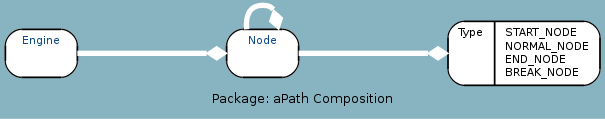
The Graphviz diagram docs/uml/aPath_C.png in google-code-export/haxegui, before a commit. Its source is kept beside it as docs/uml/aPath_C.dot.
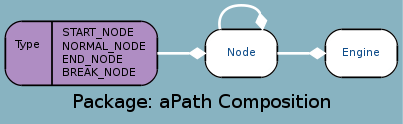
After the commit.

Diff of the diagram source:
```diff
@@ -1,13 +1,13 @@
 digraph uml {
-	graph [label="Package: aPath Composition", ratio=compress, rankdir=LR, size="24,12", fontname=Sans, fontsize=10, bgcolor="#88B3C1", fontcolor=black];
-	node [label="\N", fontname=Sans, fontsize=8, shape=record, color=black, fontcolor=black];
-	edge [fontname=Sans, fontsize=8, minlen=3, color=black, fontcolor=black];
-	graph [lp="223,10",
-		bb="0,0,446,81"];
-	"aPath.Node" [label="{Node}", fontcolor="#104E8B", style="rounded,filled", fillcolor=white, URL="../types/aPath/Node.html", tooltip="Node", portPos="Node", pos="193,45", rects="166,27,220,63", width="0.75", height="0.50"];
-	"aPath.Type" [label="{Type|START_NODE\lNORMAL_NODE\lEND_NODE\lBREAK_NODE\l}", style="rounded,filled", fillcolor=white, pos="389,45", rects="332,21,367,69 367,21,446,69", width="1.58", height="0.67"];
-	"aPath.Engine" [label="{Engine}", fontcolor="#104E8B", style="rounded,filled", fillcolor=white, URL="../types/aPath/Engine.html", tooltip=Engine, portPos=Engine, pos="27,45", rects="0,27,54,63", width="0.75", height="0.50"];
-	"aPath.Node" -> "aPath.Type" [color=white, style="setlinewidth(4)", arrowhead=diamond, arrowsize="1.25", pos="e,332,45 220,45 245,45 283,45 317,45"];
-	"aPath.Node" -> "aPath.Node" [color=white, style="setlinewidth(4)", arrowhead=diamond, arrowsize="1.25", pos="e,205,63 181,63 180,73 183,81 193,81 197,81 199,80 201,78"];
-	"aPath.Engine" -> "aPath.Node" [color=white, style="setlinewidth(4)", arrowhead=diamond, arrowsize="1.25", pos="e,166,45 54,45 80,45 120,45 151,45"];
+	graph [label="Package: aPath Composition", ratio=compress, rankdir=RL, smoothing=avg_dist, overlap=false, fontname="DejaVu Sans Condenesed", fontsize=14, bgcolor="#88B3C1", fontcolor=black];
+	node [label="\N", fontname="DejaVu Sans Condenesed", fontsize=8, shape=record, color=black, fontcolor=black];
+	edge [fontname="DejaVu Sans Condenesed", fontsize=8, color=black, fontcolor=black];
+	graph [lp="147,12",
+		bb="0,0,294,85"];
+	"aPath.Node" [label="{\nNode}", fontcolor="#104E8B", style="rounded,filled", fillcolor=white, URL="../types/aPath/Node.html", tooltip="\nNode", pos="177,49", rects="150,31,204,67", width="0.75", height="0.50"];
+	"aPath.Type" [label="{\nType|START_NODE\lNORMAL_NODE\lEND_NODE\lBREAK_NODE\l}", style="rounded,filled", fillcolor="#af8dc3", pos="57,49", rects="0,25,35,73 35,25,114,73", width="1.58", height="0.67"];
+	"aPath.Engine" [label="{\nEngine}", fontcolor="#104E8B", style="rounded,filled", fillcolor=white, URL="../types/aPath/Engine.html", tooltip="\nEngine", pos="267,49", rects="240,31,294,67", width="0.75", height="0.50"];
+	"aPath.Node" -> "aPath.Type" [color=white, style=bold, arrowhead=none, arrowtail=diamond, arrowsize=1, pos="s,150,49 138,49 130,49 122,49 114,49"];
+	"aPath.Node" -> "aPath.Node" [color=white, style=bold, arrowhead=none, arrowtail=diamond, arrowsize=1, pos="s,193,67 191,79 189,83 184,85 177,85 164,85 159,77 161,67"];
+	"aPath.Engine" -> "aPath.Node" [color=white, style=bold, arrowhead=none, arrowtail=diamond, arrowsize=1, pos="s,240,49 228,49 220,49 211,49 204,49"];
 }
```
